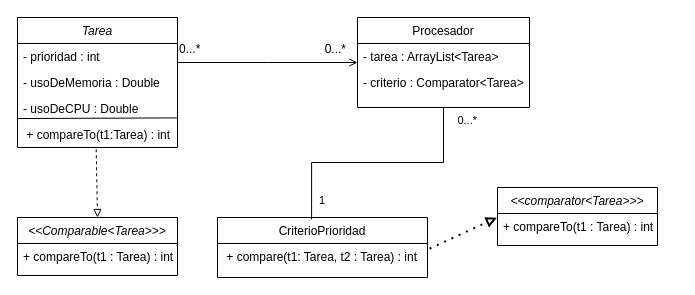
The draw.io diagram Untitled 3_d.drawio in 01Marina/MetodologiaDiagramasDeClases, before the edit. Source tidied: cells renumbered, new cells numbered last; positions are measured from the earlier drawing's top-left corner, leaving out a move shared by most shapes. Both pictures are drawn from the tidied source at 100%, with x=0, y=0 at pixel (17, 17).
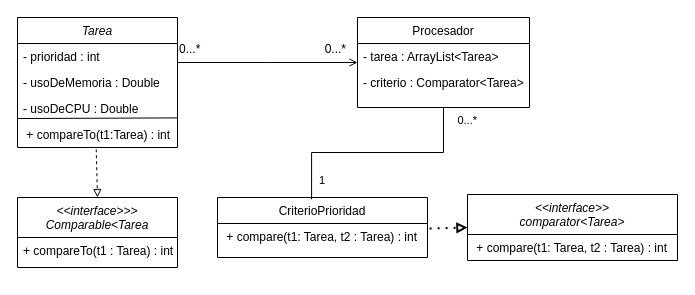
The same page after the edit.

The change refers to these unchanged cells:
```xml
<mxCell id="11" value=" + compare(t1: Tarea, t2 : Tarea) : int" style="text;align=left;verticalAlign=top;spacingLeft=4;spacingRight=4;overflow=hidden;points=[[0,0.5],[1,0.5]];portConstraint=eastwest;" parent="10" vertex="1">
  <mxGeometry y="26" width="210" height="26" as="geometry" />
</mxCell>
```

The edit, as a diff of the source:
```diff
@@
-    <mxCell id="8" value="&lt;&lt;Comparable&lt;Tarea&gt;&gt;&gt;" style="swimlane;fontStyle=2;align=center;verticalAlign=top;horizontal=1;startSize=26;rounded=0;shadow=0;strokeWidth=1;" parent="1" vertex="1">
-      <mxGeometry y="200" width="160" height="58" as="geometry" />
+    <mxCell id="8" value="&lt;&lt;interface&gt;&gt;&gt;&#10;Comparable&lt;Tarea" style="swimlane;fontStyle=2;align=center;verticalAlign=top;horizontal=1;startSize=40;rounded=0;shadow=0;strokeWidth=1;" parent="1" vertex="1">
+      <mxGeometry y="180" width="160" height="70" as="geometry" />
     </mxCell>
     <mxCell id="9" value="+ compareTo(t1 : Tarea) : int" style="text;align=left;verticalAlign=top;spacingLeft=4;spacingRight=4;overflow=hidden;" parent="8" vertex="1">
-      <mxGeometry y="26" width="160" height="24" as="geometry" />
+      <mxGeometry y="40" width="160" height="24" as="geometry" />
     </mxCell>
     <mxCell id="10" value="CriterioPrioridad" style="swimlane;fontStyle=0;align=center;verticalAlign=top;horizontal=1;startSize=26;rounded=0;shadow=0;strokeWidth=1;" parent="1" vertex="1">
-      <mxGeometry x="200" y="200" width="210" height="60" as="geometry" />
+      <mxGeometry x="200" y="180" width="210" height="60" as="geometry" />
     </mxCell>
@@
-    <mxCell id="19" value="&lt;&lt;comparator&lt;Tarea&gt;&gt;&gt;" style="swimlane;fontStyle=2;align=center;verticalAlign=top;horizontal=1;startSize=26;rounded=0;shadow=0;strokeWidth=1;" parent="1" vertex="1">
-      <mxGeometry x="480" y="170" width="160" height="58" as="geometry" />
+    <mxCell id="19" value="&lt;&lt;interface&gt;&gt;&#10;comparator&lt;Tarea&gt;" style="swimlane;fontStyle=2;align=center;verticalAlign=top;horizontal=1;startSize=40;rounded=0;shadow=0;strokeWidth=1;" parent="1" vertex="1">
+      <mxGeometry x="450" y="177" width="210" height="66" as="geometry" />
     </mxCell>
-    <mxCell id="20" value="+ compareTo(t1 : Tarea) : int" style="text;align=left;verticalAlign=top;spacingLeft=4;spacingRight=4;overflow=hidden;points=[[0,0.5],[1,0.5]];portConstraint=eastwest;" parent="19" vertex="1">
-      <mxGeometry y="26" width="160" height="24" as="geometry" />
-    </mxCell>
+    <mxCell id="25" value=" + compare(t1: Tarea, t2 : Tarea) : int" style="text;align=left;verticalAlign=top;spacingLeft=4;spacingRight=4;overflow=hidden;" parent="19" vertex="1">
+      <mxGeometry y="40" width="210" height="26" as="geometry" />
+    </mxCell>
-    <mxCell id="21" style="endArrow=block;dashed=1;html=1;dashPattern=1 3;strokeWidth=2;rounded=0;entryX=-0.004;entryY=0.174;entryDx=0;entryDy=0;entryPerimeter=0;exitX=1.01;exitY=0.196;exitDx=0;exitDy=0;exitPerimeter=0;endFill=0;" parent="1" edge="1" source="11" target="20">
+    <mxCell id="21" style="endArrow=block;dashed=1;html=1;dashPattern=1 3;strokeWidth=2;rounded=0;entryX=0;entryY=0.5;entryDx=0;entryDy=0;exitX=1.01;exitY=0.196;exitDx=0;exitDy=0;exitPerimeter=0;endFill=0;" parent="1" edge="1" source="11" target="19">
       <mxGeometry relative="1" as="geometry" />
     </mxCell>
```
